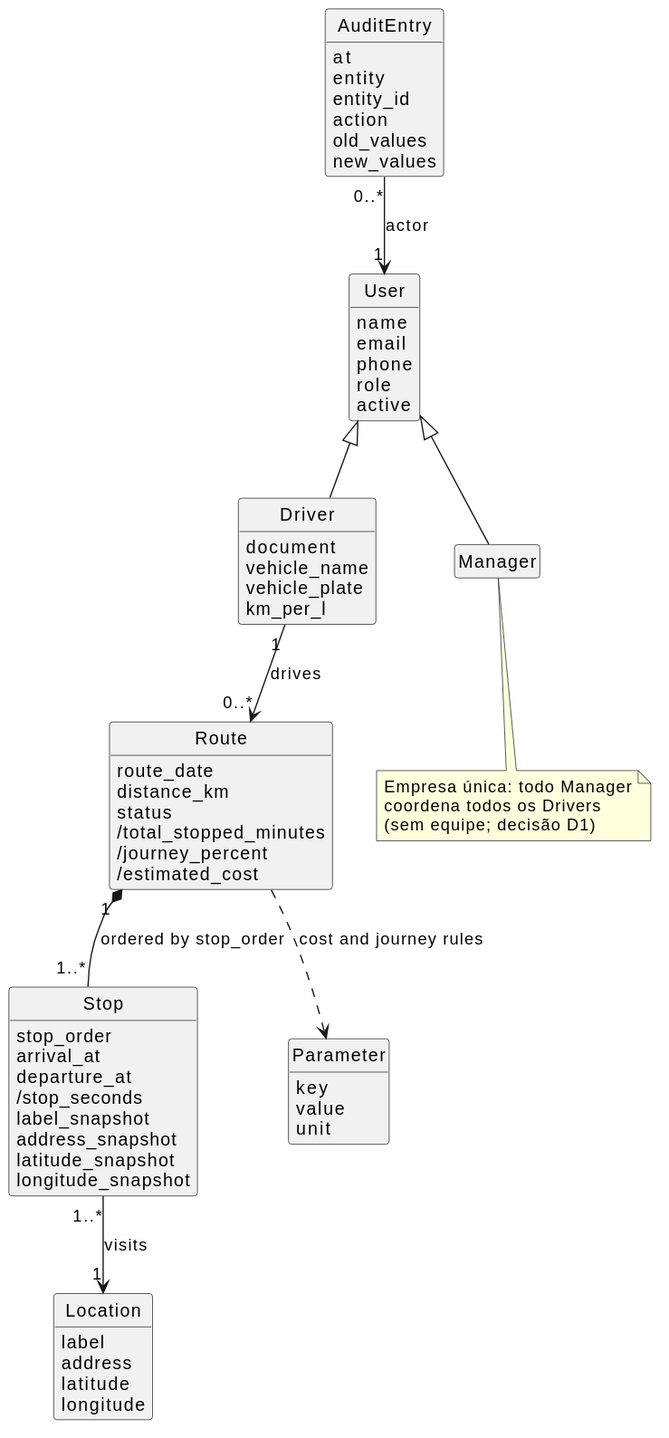
The PlantUML diagram docs/especificacao/diagrams/classes-conceituais.svg in xendak/terminus, before a commit.
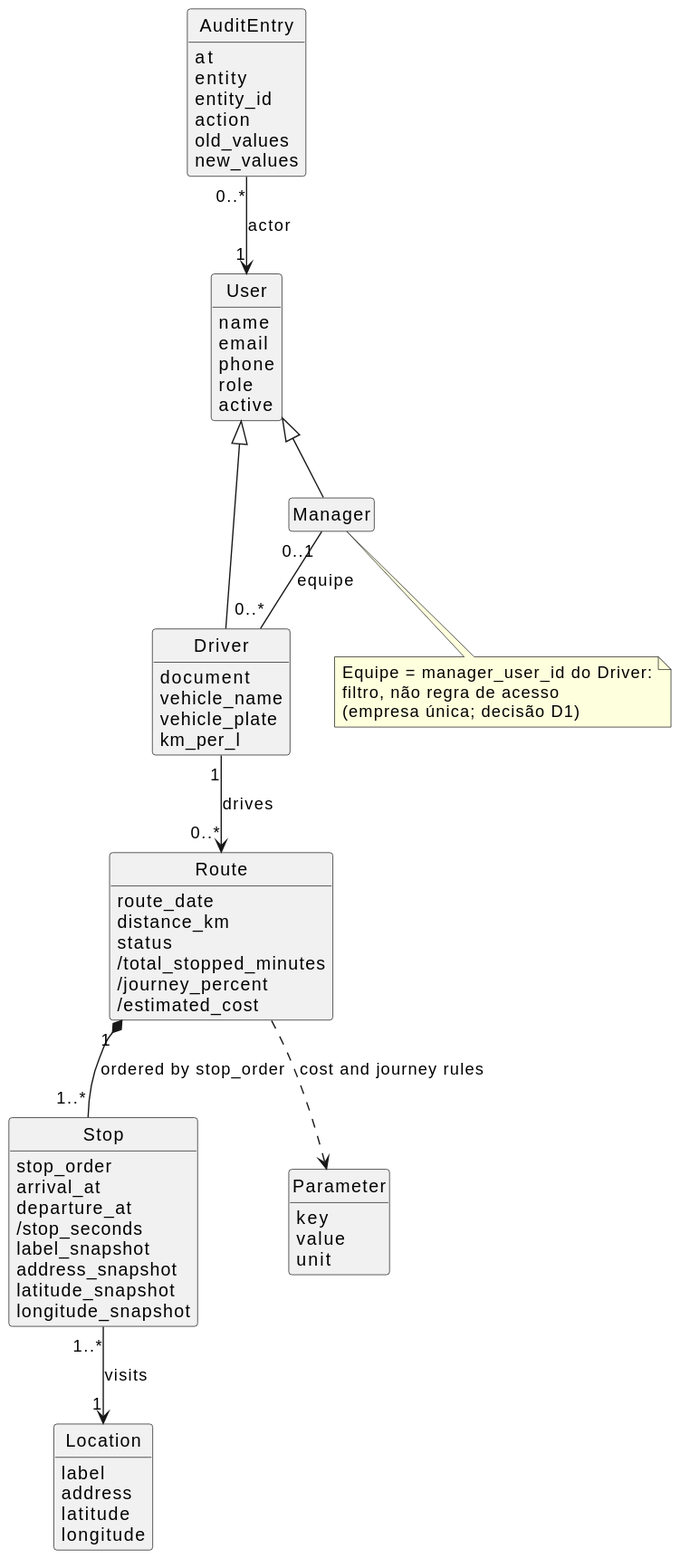
Later version of the same file.

Change to the diagram source:
```diff
@@ -71,9 +71,11 @@
 Route ..> Parameter : cost and journey rules
 AuditEntry "0..*" --> "1" User : actor
 
+Manager "0..1" -- "0..*" Driver : equipe
+
 note bottom of Manager
-  Empresa única: todo Manager
-  coordena todos os Drivers
-  (sem equipe; decisão D1)
+  Equipe = manager_user_id do Driver:
+  filtro, não regra de acesso
+  (empresa única; decisão D1)
 end note
 @enduml
```
